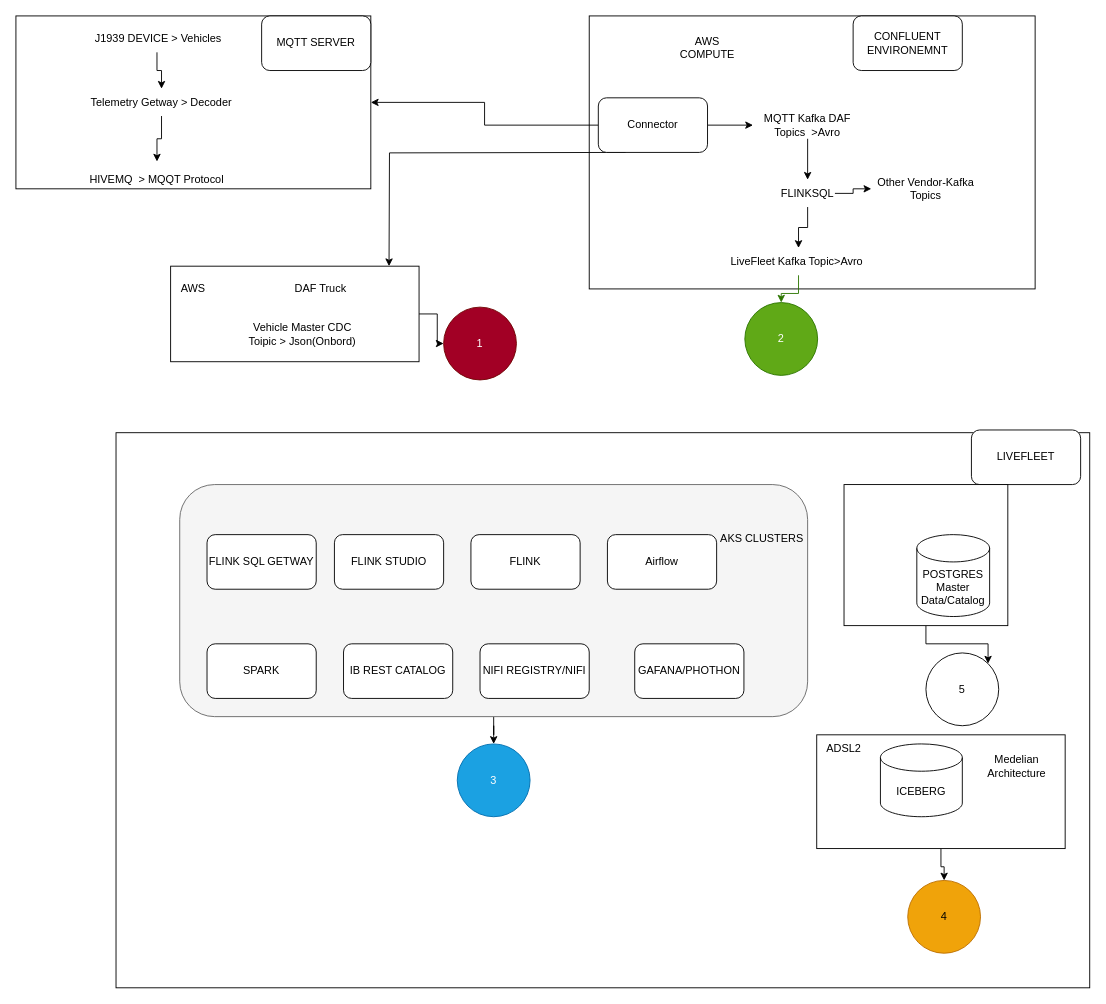
This is page "LiveFleet" (1 of 2) of fleet/LiveFleet-Flow-Diagram.drawio from mkothari19/whitepaper, a draw.io file, before an edit. Source tidied: cells renumbered, new cells numbered last; positions are measured from the earlier drawing's top-left corner, leaving out a move shared by most shapes. Both pictures are drawn from the tidied source at 91%, with x=0, y=0 at pixel (15, 15).
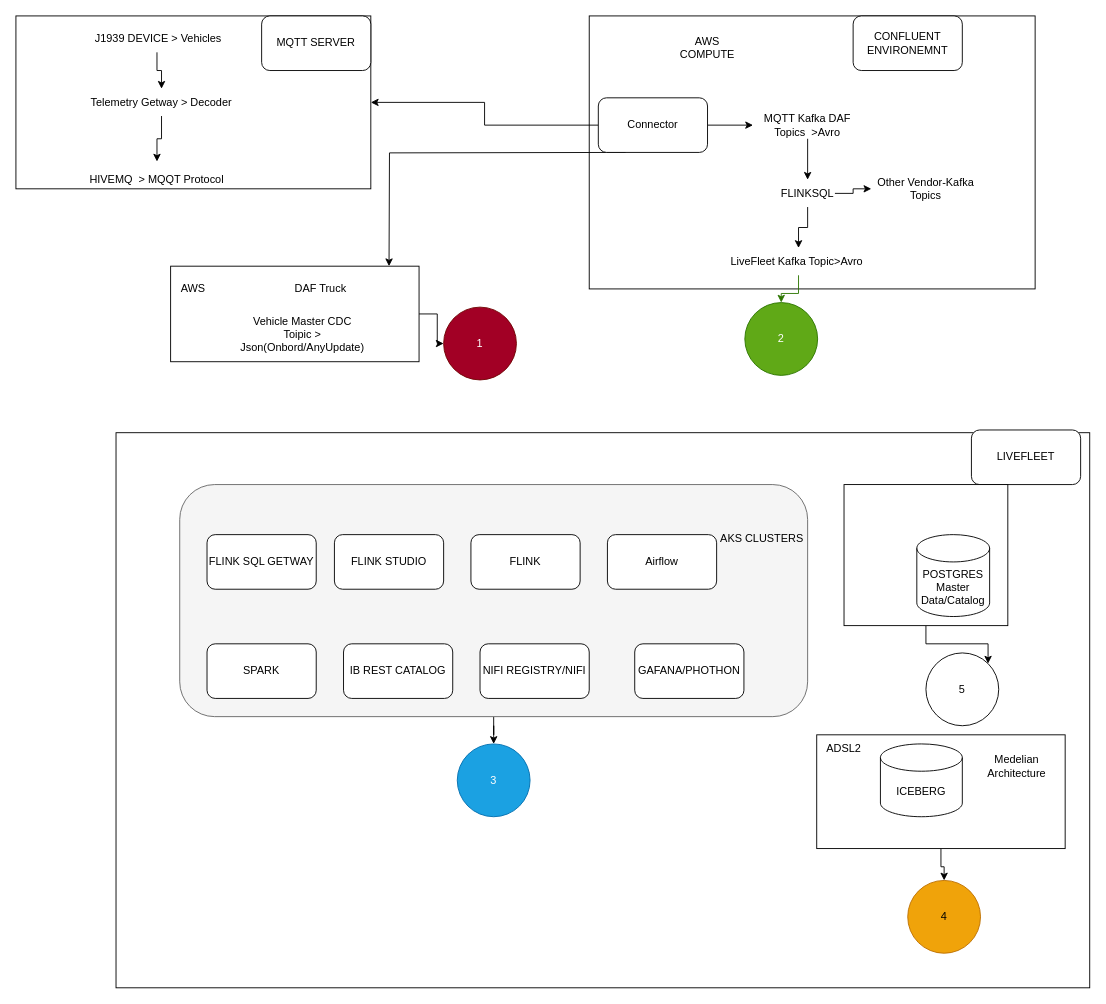
The same page after the edit.

The edit, as a diff of the source:
```diff
@@
-    <mxCell id="40" value="Vehicle Master CDC Toipic &amp;gt; Json(Onbord)" style="text;html=1;whiteSpace=wrap;strokeColor=none;fillColor=none;align=center;verticalAlign=middle;rounded=0;" parent="1" vertex="1">
+    <mxCell id="40" value="Vehicle Master CDC Toipic &amp;gt; Json(Onbord/AnyUpdate)" style="text;html=1;whiteSpace=wrap;strokeColor=none;fillColor=none;align=center;verticalAlign=middle;rounded=0;" parent="1" vertex="1">
       <mxGeometry x="250" y="335" width="130" height="30" as="geometry" />
     </mxCell>
```
